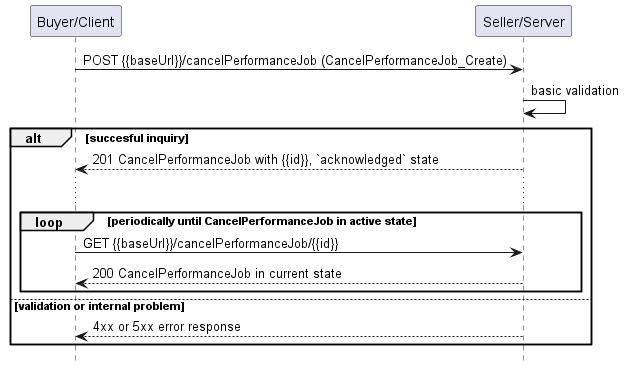
The PlantUML diagram documentation/serviceApi/pm/performance/media/useCase12Polling.png in MEF-GIT/MEF-LSO-Legato-SDK, before a commit. Its diagram source:
```plantuml
@startuml useCase12Polling
hide footbox

participant "Buyer/Client" as B
participant "Seller/Server" as S


B -> S : POST {{baseUrl}}/cancelPerformanceJob (CancelPerformanceJob_Create)
S -> S : basic validation

alt succesful inquiry
  S --> B : 201 CancelPerformanceJob with {{id}}, `acknowledged` state

  ...

  loop periodically until CancelPerformanceJob in active state
      B -> S :   GET {{baseUrl}}/cancelPerformanceJob/{{id}}
      return 200 CancelPerformanceJob in current state
  end

else validation or internal problem
  S --> B : 4xx or 5xx error response
end


@enduml
```
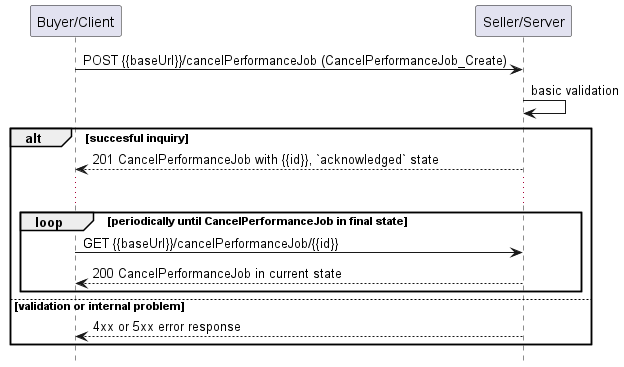
The same file after the commit.

Diff of the diagram source:
```diff
@@ -13,8 +13,8 @@
 
   ...
 
-  loop periodically until CancelPerformanceJob in active state
-      B -> S :   GET {{baseUrl}}/cancelPerformanceJob/{{id}}
+  loop periodically until CancelPerformanceJob in final state
+      B -> S : GET {{baseUrl}}/cancelPerformanceJob/{{id}}
       return 200 CancelPerformanceJob in current state
   end
 
```
